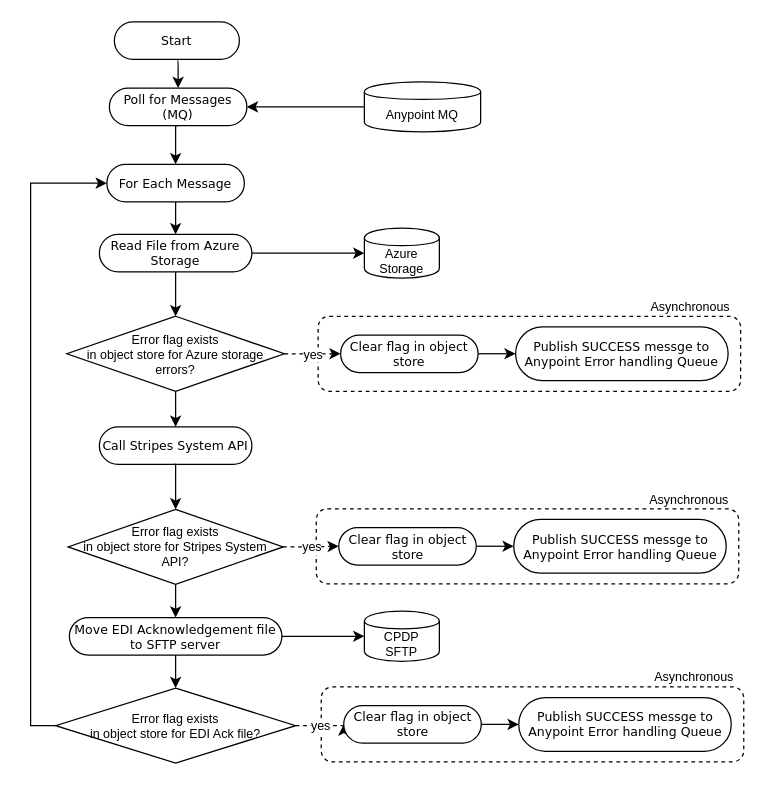
Before: page "Invoice Process Flow" (18 of 20) of Copy of eInvoicing API Led.drawio in ahernandez1129/anypoint, a draw.io diagram. Source tidied: cells renumbered, new cells numbered last; positions are measured from the earlier drawing's top-left corner, leaving out a move shared by most shapes. Both pictures are drawn from the tidied source at 125%, with x=0, y=0 at pixel (55, 21).
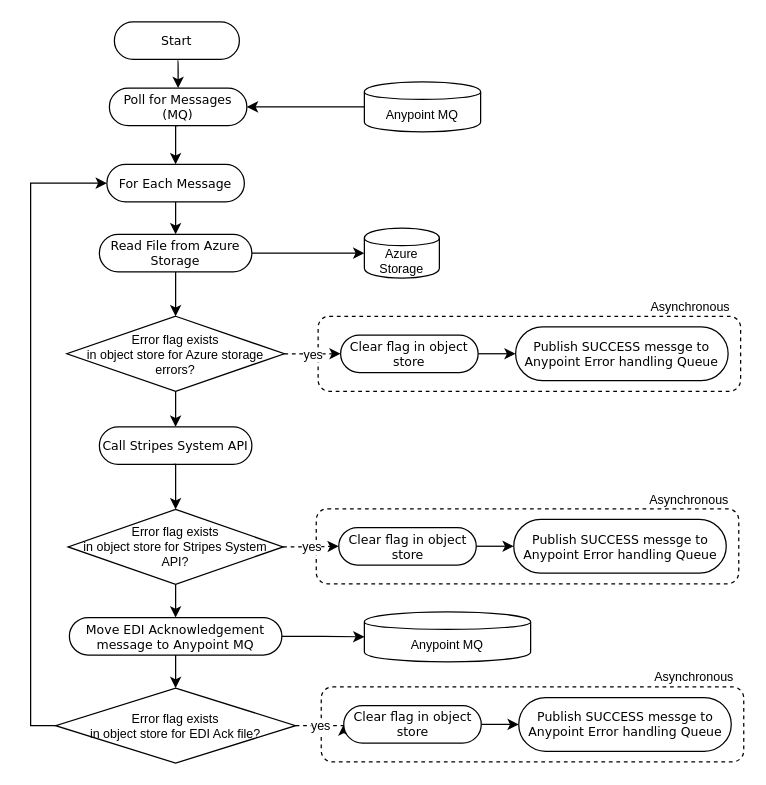
Above is the later version.

Change to the diagram source:
```diff
@@
-    <mxCell id="34" value="&lt;span style=&quot;font-size: 10px&quot;&gt;Move EDI Acknowledgement file to SFTP server&lt;br style=&quot;font-size: 10px&quot;&gt;&lt;/span&gt;" style="rounded=1;whiteSpace=wrap;html=1;shadow=0;comic=0;labelBackgroundColor=none;strokeColor=#000000;strokeWidth=1;fillColor=#ffffff;fontFamily=Verdana;fontSize=10;fontColor=#000000;align=center;arcSize=50;" parent="1" vertex="1">
+    <mxCell id="34" value="&lt;span style=&quot;font-size: 10px&quot;&gt;Move EDI Acknowledgement message to Anypoint MQ&lt;br style=&quot;font-size: 10px&quot;&gt;&lt;/span&gt;" style="rounded=1;whiteSpace=wrap;html=1;shadow=0;comic=0;labelBackgroundColor=none;strokeColor=#000000;strokeWidth=1;fillColor=#ffffff;fontFamily=Verdana;fontSize=10;fontColor=#000000;align=center;arcSize=50;" parent="1" vertex="1">
       <mxGeometry x="11" y="476.5" width="170" height="30" as="geometry" />
     </mxCell>
@@
-    <mxCell id="43" value="CPDP &lt;br&gt;SFTP" style="shape=cylinder;whiteSpace=wrap;html=1;boundedLbl=1;backgroundOutline=1;fontSize=10;" parent="1" vertex="1">
-      <mxGeometry x="247" y="471.5" width="60" height="40" as="geometry" />
+    <mxCell id="43" value="Anypoint MQ" style="shape=cylinder;whiteSpace=wrap;html=1;boundedLbl=1;backgroundOutline=1;fontSize=10;" parent="1" vertex="1">
+      <mxGeometry x="247" y="472" width="133" height="40" as="geometry" />
     </mxCell>
```
